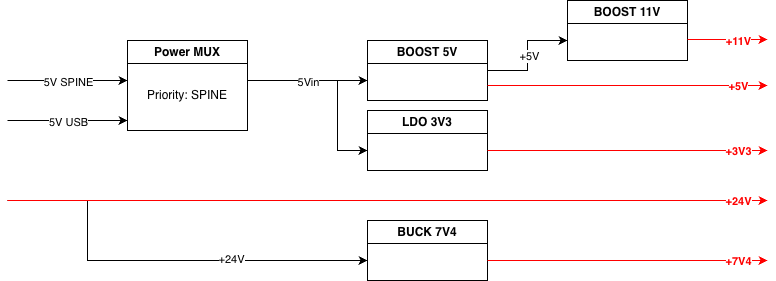
The draw.io diagram 2026_C_AV_PC_V1/Documents/Power_rails_PRC.png in EPFLRocketTeam/2026_C_AV_HARDWARE, before a commit. Source tidied: cells renumbered, new cells last; positions are measured from the earlier drawing's top-left corner, leaving out a move shared by most shapes. Source of this version:
```xml
<mxGraphModel>
  <root>
    <mxCell id="0" />
    <mxCell id="1" parent="0" />
    <mxCell id="2" style="endArrow=classic;html=1;rounded=0;edgeStyle=orthogonalEdgeStyle;" parent="1" edge="1">
      <mxGeometry relative="1" as="geometry">
        <mxPoint y="200" as="sourcePoint" />
        <mxPoint x="360" y="260" as="targetPoint" />
        <Array as="points">
          <mxPoint x="80" y="200" />
          <mxPoint x="80" y="260" />
          <mxPoint x="310" y="260" />
        </Array>
      </mxGeometry>
    </mxCell>
    <mxCell id="3" value="+24V" style="edgeLabel;html=1;align=center;verticalAlign=middle;" parent="2" vertex="1">
      <mxGeometry x="0.35" y="2" relative="1" as="geometry" />
    </mxCell>
    <mxCell id="4" style="endArrow=classic;html=1;rounded=0;" parent="1" edge="1">
      <mxGeometry relative="1" as="geometry">
        <mxPoint y="80" as="sourcePoint" />
        <mxPoint x="120" y="80" as="targetPoint" />
      </mxGeometry>
    </mxCell>
    <mxCell id="5" value="5V SPINE" style="edgeLabel;html=1;align=center;verticalAlign=middle;" parent="4" vertex="1">
      <mxGeometry y="-1" relative="1" as="geometry" />
    </mxCell>
    <mxCell id="6" style="endArrow=classic;html=1;rounded=0;" parent="1" edge="1">
      <mxGeometry relative="1" as="geometry">
        <mxPoint y="120" as="sourcePoint" />
        <mxPoint x="120" y="120" as="targetPoint" />
      </mxGeometry>
    </mxCell>
    <mxCell id="7" value="5V USB" style="edgeLabel;html=1;align=center;verticalAlign=middle;" parent="6" vertex="1">
      <mxGeometry y="-1" relative="1" as="geometry" />
    </mxCell>
    <mxCell id="8" value="Power MUX" style="swimlane;whiteSpace=wrap;html=1;" parent="1" vertex="1">
      <mxGeometry x="120" y="40" width="120" height="90" as="geometry" />
    </mxCell>
    <mxCell id="9" value="Priority: SPINE" style="text;html=1;whiteSpace=wrap;strokeColor=none;fillColor=none;align=center;verticalAlign=middle;rounded=0;" parent="8" vertex="1">
      <mxGeometry x="15" y="40" width="90" height="30" as="geometry" />
    </mxCell>
    <mxCell id="10" style="endArrow=classic;html=1;rounded=0;" parent="1" edge="1">
      <mxGeometry relative="1" as="geometry">
        <mxPoint x="240" y="80" as="sourcePoint" />
        <mxPoint x="360" y="80" as="targetPoint" />
      </mxGeometry>
    </mxCell>
    <mxCell id="11" value="5Vin" style="edgeLabel;html=1;align=center;verticalAlign=middle;" parent="10" vertex="1">
      <mxGeometry y="-1" relative="1" as="geometry" />
    </mxCell>
    <mxCell id="12" value="BOOST 5V" style="swimlane;whiteSpace=wrap;html=1;" parent="1" vertex="1">
      <mxGeometry x="360" y="40" width="120" height="60" as="geometry" />
    </mxCell>
    <mxCell id="13" value="LDO 3V3" style="swimlane;whiteSpace=wrap;html=1;" parent="1" vertex="1">
      <mxGeometry x="360" y="110" width="120" height="60" as="geometry" />
    </mxCell>
    <mxCell id="14" style="endArrow=classic;html=1;rounded=0;edgeStyle=orthogonalEdgeStyle;" parent="1" edge="1">
      <mxGeometry relative="1" as="geometry">
        <mxPoint x="320" y="80" as="sourcePoint" />
        <mxPoint x="360" y="150" as="targetPoint" />
        <Array as="points">
          <mxPoint x="330" y="80" />
          <mxPoint x="330" y="150" />
        </Array>
      </mxGeometry>
    </mxCell>
    <mxCell id="15" value="BOOST 11V" style="swimlane;whiteSpace=wrap;html=1;" parent="1" vertex="1">
      <mxGeometry x="560" width="120" height="60" as="geometry" />
    </mxCell>
    <mxCell id="16" style="endArrow=classic;html=1;rounded=0;fillColor=#FF0000;strokeColor=#FF0000;" parent="15" edge="1">
      <mxGeometry relative="1" as="geometry">
        <mxPoint x="120" y="39" as="sourcePoint" />
        <mxPoint x="200" y="39" as="targetPoint" />
      </mxGeometry>
    </mxCell>
    <mxCell id="17" value="&lt;b style=&quot;color: rgb(255, 0, 0);&quot;&gt;+11V&lt;/b&gt;" style="edgeLabel;html=1;align=center;verticalAlign=middle;fillColor=#FF0000;strokeColor=#FF0000;" parent="16" vertex="1">
      <mxGeometry x="0.28" y="1" relative="1" as="geometry">
        <mxPoint x="-1" y="2" as="offset" />
      </mxGeometry>
    </mxCell>
    <mxCell id="18" style="endArrow=classic;html=1;rounded=0;fillColor=#FF0000;strokeColor=#FF0000;exitX=1;exitY=0.75;exitDx=0;exitDy=0;" parent="1" edge="1" source="12">
      <mxGeometry relative="1" as="geometry">
        <mxPoint x="760" y="85" as="targetPoint" />
      </mxGeometry>
    </mxCell>
    <mxCell id="19" value="&lt;b style=&quot;color: rgb(255, 0, 0);&quot;&gt;+5V&lt;/b&gt;" style="edgeLabel;html=1;align=center;verticalAlign=middle;fillColor=#FF0000;strokeColor=#FF0000;" parent="18" vertex="1">
      <mxGeometry x="0.28" y="1" relative="1" as="geometry">
        <mxPoint x="70" y="1" as="offset" />
      </mxGeometry>
    </mxCell>
    <mxCell id="20" style="endArrow=classic;html=1;rounded=0;fillColor=#FF0000;strokeColor=#FF0000;exitX=1;exitY=0.75;exitDx=0;exitDy=0;" parent="1" edge="1">
      <mxGeometry relative="1" as="geometry">
        <mxPoint x="480" y="150" as="sourcePoint" />
        <mxPoint x="760" y="150" as="targetPoint" />
      </mxGeometry>
    </mxCell>
    <mxCell id="21" value="&lt;b style=&quot;color: rgb(255, 0, 0);&quot;&gt;+3V3&lt;/b&gt;" style="edgeLabel;html=1;align=center;verticalAlign=middle;fillColor=#FF0000;strokeColor=#FF0000;" parent="20" vertex="1">
      <mxGeometry x="0.28" y="1" relative="1" as="geometry">
        <mxPoint x="70" y="1" as="offset" />
      </mxGeometry>
    </mxCell>
    <mxCell id="22" style="endArrow=classic;html=1;rounded=0;exitX=1;exitY=0.5;exitDx=0;exitDy=0;edgeStyle=orthogonalEdgeStyle;" parent="1" edge="1" source="12">
      <mxGeometry relative="1" as="geometry">
        <mxPoint x="560" y="40" as="targetPoint" />
      </mxGeometry>
    </mxCell>
    <mxCell id="23" value="+5V" style="edgeLabel;html=1;align=center;verticalAlign=middle;" parent="22" vertex="1">
      <mxGeometry y="-1" relative="1" as="geometry" />
    </mxCell>
    <mxCell id="24" style="endArrow=classic;html=1;rounded=0;fillColor=#FF0000;strokeColor=#FF0000;exitX=1;exitY=0.75;exitDx=0;exitDy=0;" parent="1" edge="1">
      <mxGeometry relative="1" as="geometry">
        <mxPoint y="200" as="sourcePoint" />
        <mxPoint x="760" y="200" as="targetPoint" />
      </mxGeometry>
    </mxCell>
    <mxCell id="25" value="&lt;b style=&quot;color: rgb(255, 0, 0);&quot;&gt;+24V&lt;/b&gt;" style="edgeLabel;html=1;align=center;verticalAlign=middle;fillColor=#FF0000;strokeColor=#FF0000;" parent="24" vertex="1">
      <mxGeometry x="0.28" y="1" relative="1" as="geometry">
        <mxPoint x="242" y="1" as="offset" />
      </mxGeometry>
    </mxCell>
    <mxCell id="26" value="BUCK 7V4" style="swimlane;whiteSpace=wrap;html=1;" parent="1" vertex="1">
      <mxGeometry x="360" y="220" width="120" height="60" as="geometry" />
    </mxCell>
    <mxCell id="27" style="endArrow=classic;html=1;rounded=0;fillColor=#FF0000;strokeColor=#FF0000;" parent="1" edge="1">
      <mxGeometry relative="1" as="geometry">
        <mxPoint x="480" y="260" as="sourcePoint" />
        <mxPoint x="760" y="260" as="targetPoint" />
      </mxGeometry>
    </mxCell>
    <mxCell id="28" value="&lt;b style=&quot;color: rgb(255, 0, 0);&quot;&gt;+7V4&lt;/b&gt;" style="edgeLabel;html=1;align=center;verticalAlign=middle;fillColor=#FF0000;strokeColor=#FF0000;" parent="27" vertex="1">
      <mxGeometry x="0.28" y="1" relative="1" as="geometry">
        <mxPoint x="70" y="1" as="offset" />
      </mxGeometry>
    </mxCell>
  </root>
</mxGraphModel>
```
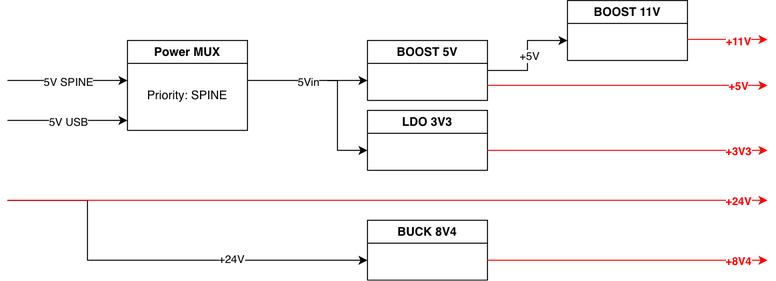
The same diagram one commit later.

Diff of the diagram source:
```diff
@@ -119,7 +119,7 @@
         <mxPoint x="242" y="1" as="offset" />
       </mxGeometry>
     </mxCell>
-    <mxCell id="26" value="BUCK 7V4" style="swimlane;whiteSpace=wrap;html=1;" parent="1" vertex="1">
+    <mxCell id="26" value="BUCK 8&lt;span style=&quot;background-color: transparent; color: light-dark(rgb(0, 0, 0), rgb(255, 255, 255));&quot;&gt;V4&lt;/span&gt;" style="swimlane;whiteSpace=wrap;html=1;" parent="1" vertex="1">
       <mxGeometry x="360" y="220" width="120" height="60" as="geometry" />
     </mxCell>
     <mxCell id="27" style="endArrow=classic;html=1;rounded=0;fillColor=#FF0000;strokeColor=#FF0000;" parent="1" edge="1">
@@ -128,7 +128,7 @@
         <mxPoint x="760" y="260" as="targetPoint" />
       </mxGeometry>
     </mxCell>
-    <mxCell id="28" value="&lt;b style=&quot;color: rgb(255, 0, 0);&quot;&gt;+7V4&lt;/b&gt;" style="edgeLabel;html=1;align=center;verticalAlign=middle;fillColor=#FF0000;strokeColor=#FF0000;" parent="27" vertex="1">
+    <mxCell id="28" value="&lt;b style=&quot;color: rgb(255, 0, 0);&quot;&gt;+8V4&lt;/b&gt;" style="edgeLabel;html=1;align=center;verticalAlign=middle;fillColor=#FF0000;strokeColor=#FF0000;" parent="27" vertex="1">
       <mxGeometry x="0.28" y="1" relative="1" as="geometry">
         <mxPoint x="70" y="1" as="offset" />
       </mxGeometry>
```
